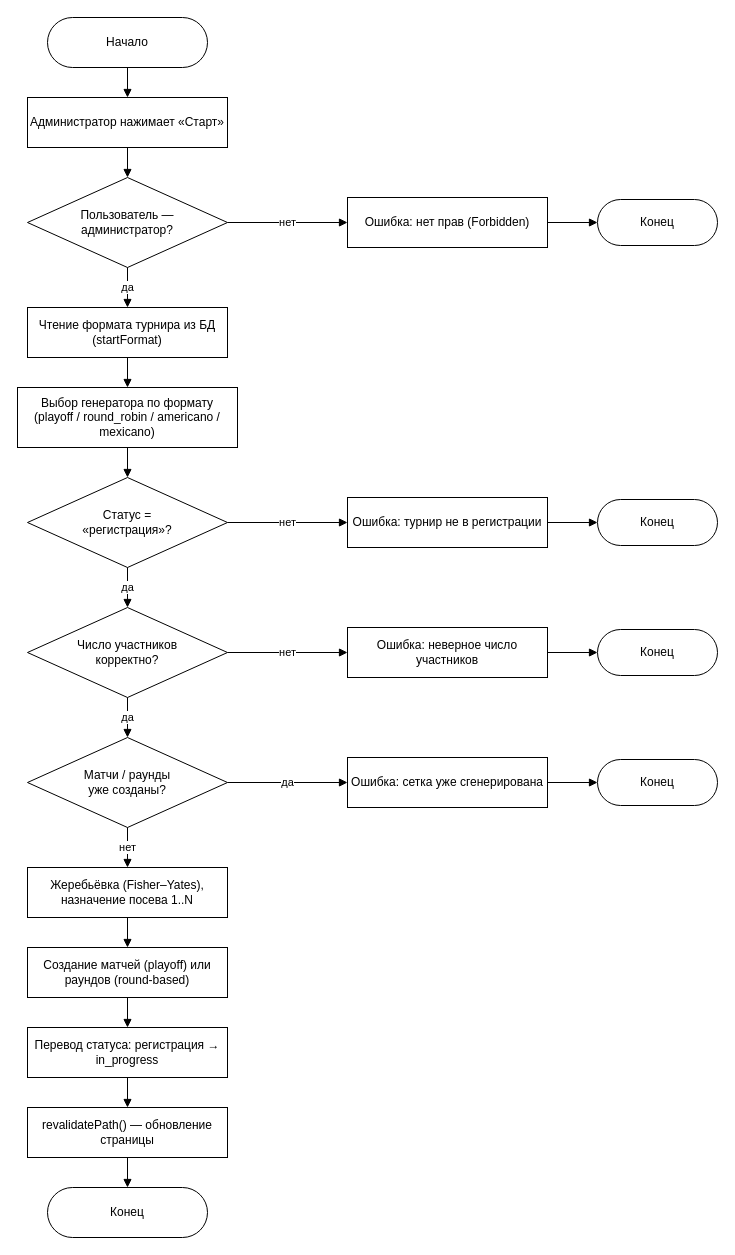
Before: docs/diagrams/07-algoritm-zapuska.drawio in memekas/diplom, a draw.io diagram. Source tidied: cells renumbered, new cells numbered last; positions are measured from the earlier drawing's top-left corner, leaving out a move shared by most shapes. Both pictures are drawn from the tidied source at 100%, with x=0, y=0 at pixel (17, 17).
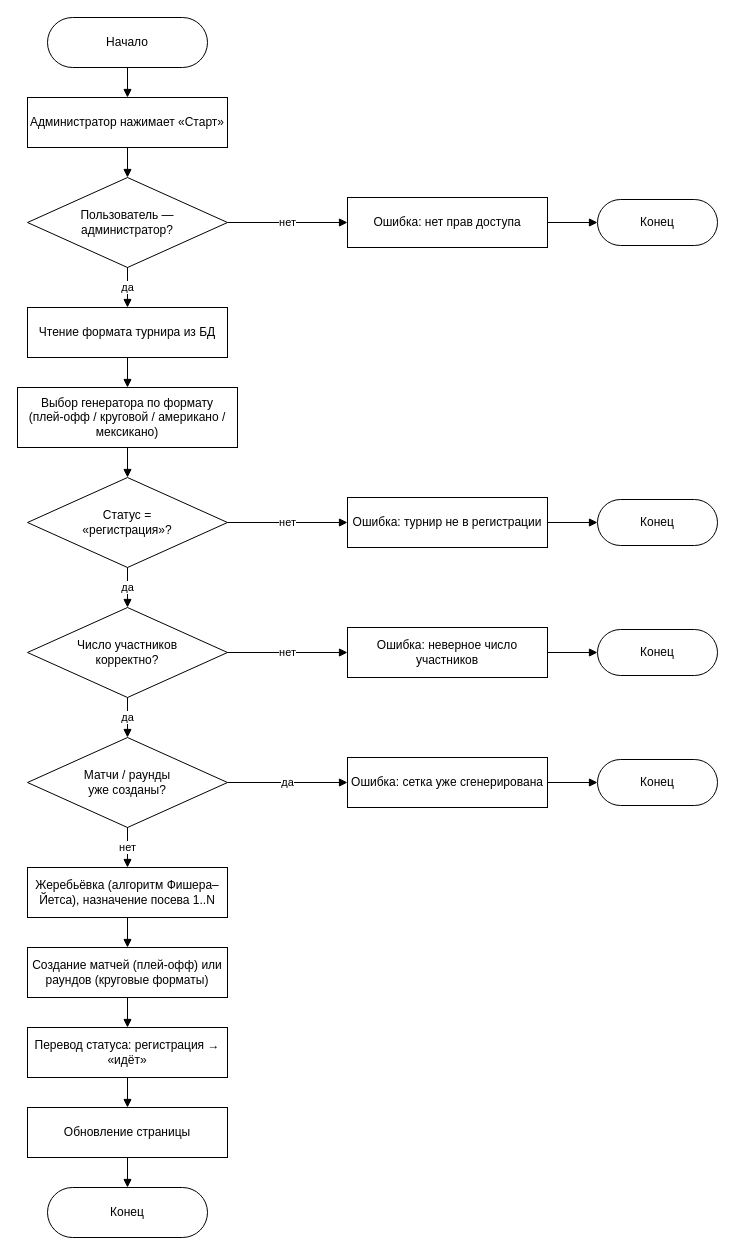
After the change.

Change to the diagram source:
```diff
@@
-    <mxCell id="5" value="Чтение формата турнира из БД (startFormat)" style="rounded=0;whiteSpace=wrap;html=1;" parent="1" vertex="1">
+    <mxCell id="5" value="Чтение формата турнира из БД" style="rounded=0;whiteSpace=wrap;html=1;" parent="1" vertex="1">
       <mxGeometry x="10" y="290" width="200" height="50" as="geometry" />
     </mxCell>
-    <mxCell id="6" value="Выбор генератора по формату&#10;(playoff / round_robin / americano / mexicano)" style="rounded=0;whiteSpace=wrap;html=1;" parent="1" vertex="1">
+    <mxCell id="6" value="Выбор генератора по формату&#10;(плей-офф / круговой / американо / мексикано)" style="rounded=0;whiteSpace=wrap;html=1;" parent="1" vertex="1">
       <mxGeometry y="370" width="220" height="60" as="geometry" />
     </mxCell>
@@
-    <mxCell id="10" value="Жеребьёвка (Fisher–Yates), назначение посева 1..N" style="rounded=0;whiteSpace=wrap;html=1;" parent="1" vertex="1">
+    <mxCell id="10" value="Жеребьёвка (алгоритм Фишера–Йетса), назначение посева 1..N" style="rounded=0;whiteSpace=wrap;html=1;" parent="1" vertex="1">
       <mxGeometry x="10" y="850" width="200" height="50" as="geometry" />
     </mxCell>
-    <mxCell id="11" value="Создание матчей (playoff) или раундов (round-based)" style="rounded=0;whiteSpace=wrap;html=1;" parent="1" vertex="1">
+    <mxCell id="11" value="Создание матчей (плей-офф) или раундов (круговые форматы)" style="rounded=0;whiteSpace=wrap;html=1;" parent="1" vertex="1">
       <mxGeometry x="10" y="930" width="200" height="50" as="geometry" />
     </mxCell>
-    <mxCell id="12" value="Перевод статуса: регистрация → in_progress" style="rounded=0;whiteSpace=wrap;html=1;" parent="1" vertex="1">
+    <mxCell id="12" value="Перевод статуса: регистрация → «идёт»" style="rounded=0;whiteSpace=wrap;html=1;" parent="1" vertex="1">
       <mxGeometry x="10" y="1010" width="200" height="50" as="geometry" />
     </mxCell>
-    <mxCell id="13" value="revalidatePath() — обновление страницы" style="rounded=0;whiteSpace=wrap;html=1;" parent="1" vertex="1">
+    <mxCell id="13" value="Обновление страницы" style="rounded=0;whiteSpace=wrap;html=1;" parent="1" vertex="1">
       <mxGeometry x="10" y="1090" width="200" height="50" as="geometry" />
     </mxCell>
@@
-    <mxCell id="15" value="Ошибка: нет прав (Forbidden)" style="rounded=0;whiteSpace=wrap;html=1;" parent="1" vertex="1">
+    <mxCell id="15" value="Ошибка: нет прав доступа" style="rounded=0;whiteSpace=wrap;html=1;" parent="1" vertex="1">
       <mxGeometry x="330" y="180" width="200" height="50" as="geometry" />
     </mxCell>
```
